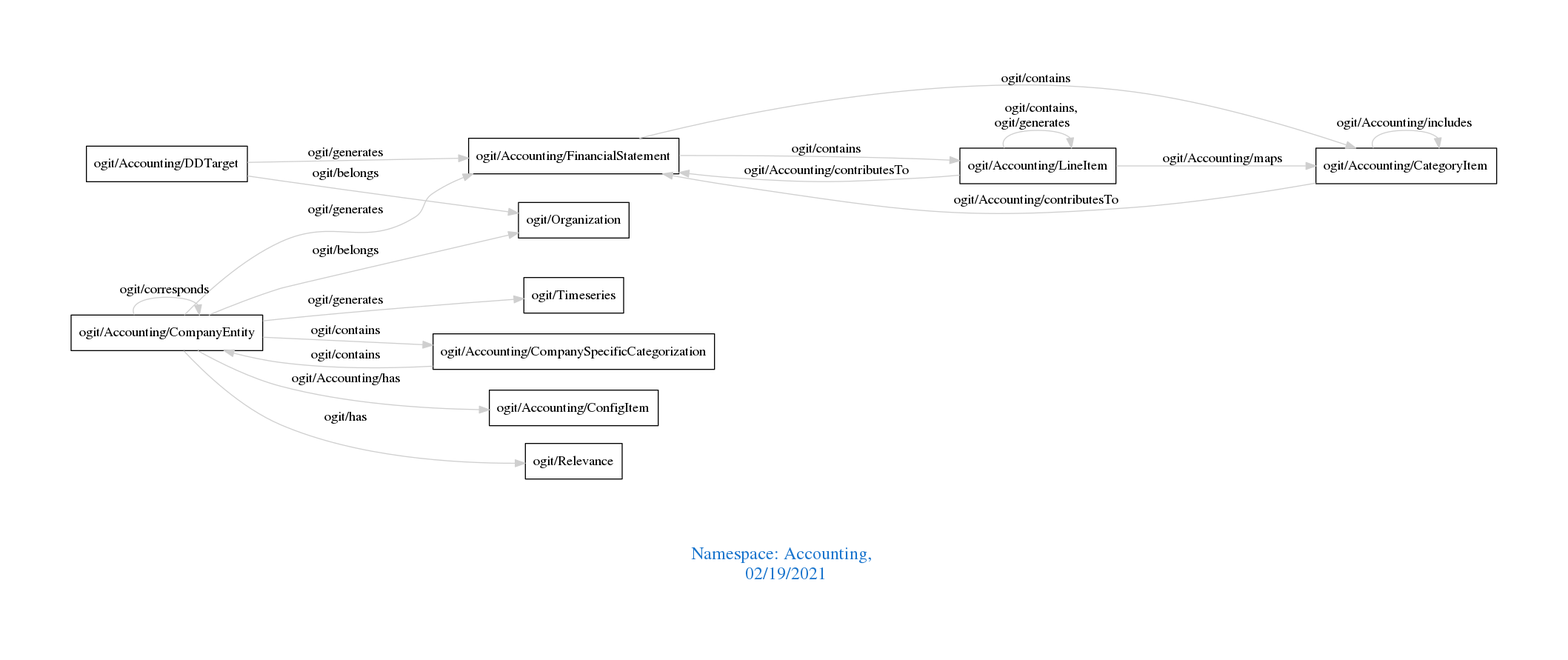
Earlier version of the Graphviz export downloads/Accounting.png (arago/OGIT). Its source is kept beside it as downloads/Accounting.dot.
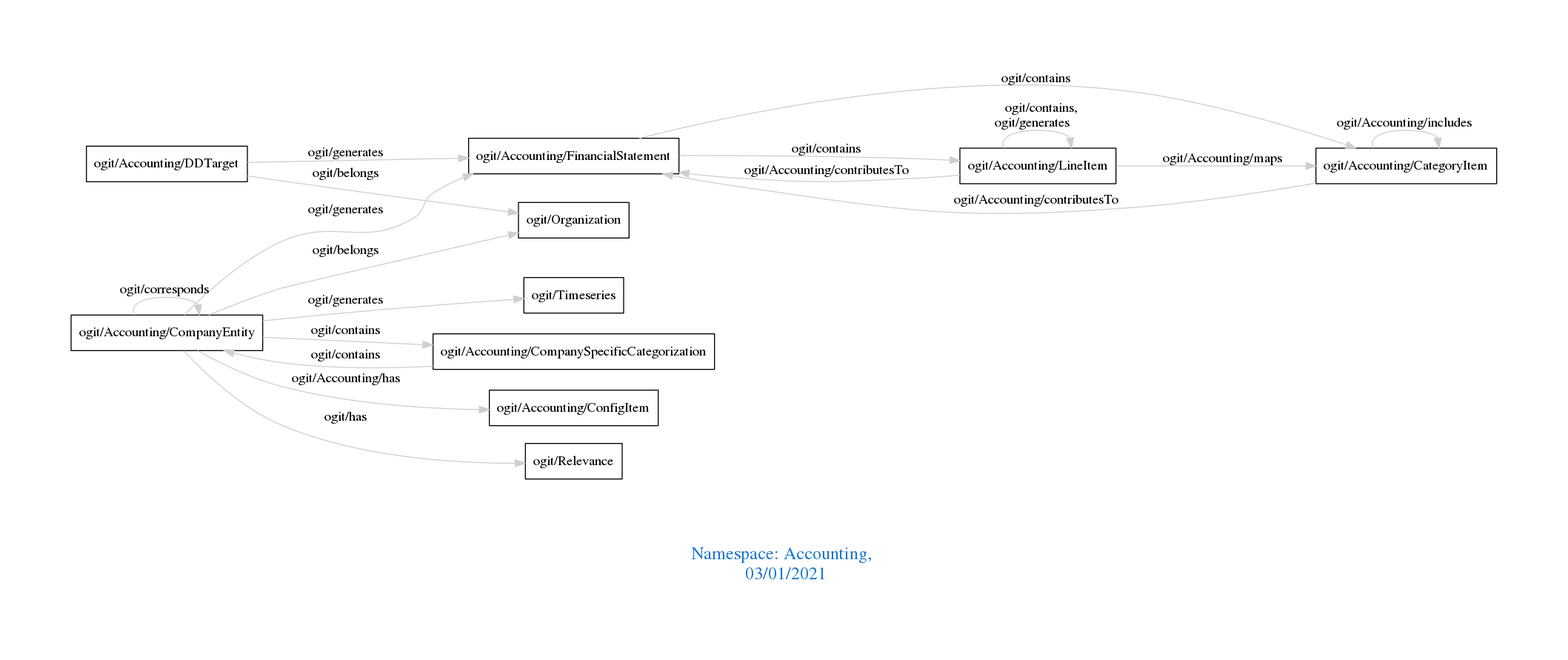
After the change.

Diff of the diagram source:
```diff
@@ -1,7 +1,7 @@
 digraph OGIT_ontology {
  graph [ rankdir= LR,pad=1
 fontsize = 18,
-fontcolor= dodgerblue3,label = "\n\n\nNamespace: Accounting, \n 02/19/2021"];
+fontcolor= dodgerblue3,label = "\n\n\nNamespace: Accounting, \n 03/01/2021"];
 node[shape=polygon];
 edge [  color="gray81"];
 
```
